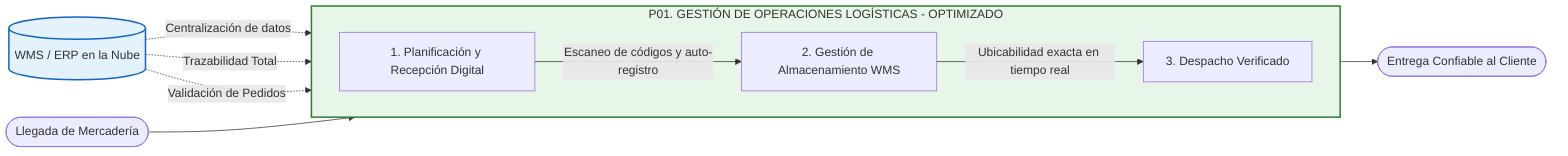
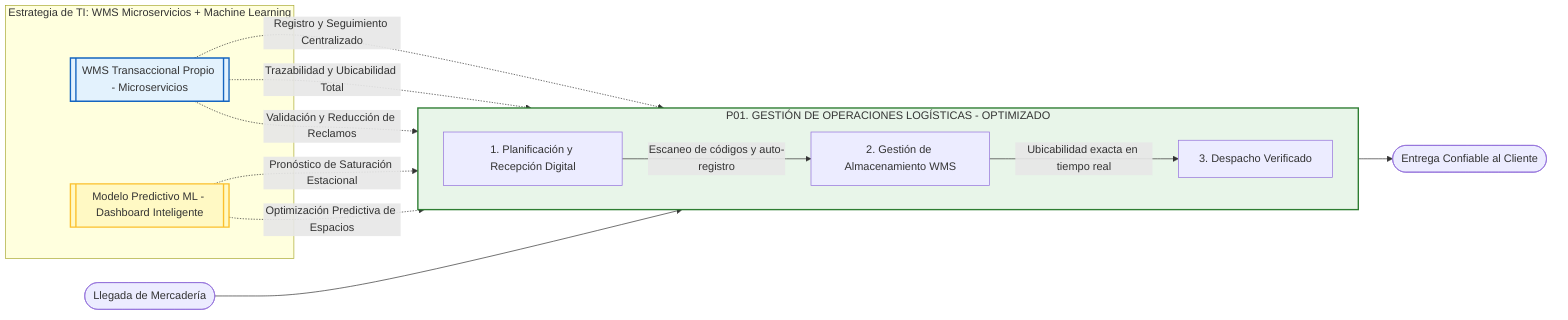
graph LR
-     %% Entorno Futuro - Con TI
+     %% Entorno Futuro - Con TI Optimizada
    subgraph Macroproceso_Operativo_TO_BE [P01. GESTIÓN DE OPERACIONES LOGÍSTICAS - OPTIMIZADO]
        direction LR
        P1_TI[1. Planificación y Recepción Digital]
        P2_TI[2. Gestión de Almacenamiento WMS]
        P3_TI[3. Despacho Verificado]

        P1_TI -->|Escaneo de códigos y auto-registro| P2_TI
        P2_TI -->|Ubicabilidad exacta en tiempo real| P3_TI
    end

-     %% Aportes de la Estrategia TI
-     WMS[(WMS / ERP en la Nube)] -.->|Centralización de datos| P1_TI
-     WMS -.->|Trazabilidad Total| P2_TI
-     WMS -.->|Validación de Pedidos| P3_TI
+     %% Estrategia de TI Actualizada según requerimiento
+     subgraph Estrategia_TI [Estrategia de TI: WMS Microservicios + Machine Learning]
+         WMS[[WMS Transaccional Propio - Microservicios]]
+         ML[[Modelo Predictivo ML - Dashboard Inteligente]]
+     end
+ 
+     %% Aportes de la Estrategia TI y Flujo de Datos
+     WMS -.->|Registro y Seguimiento Centralizado| P1_TI
+     WMS -.->|Trazabilidad y Ubicabilidad Total| P2_TI
+     WMS -.->|Validación y Reducción de Reclamos| P3_TI
+ 
+     ML -.->|Pronóstico de Saturación Estacional| P1_TI
+     ML -.->|Optimización Predictiva de Espacios| P2_TI

    Entrada_TI([Llegada de Mercadería]) --> P1_TI
    P3_TI --> Salida_TI([Entrega Confiable al Cliente])

    %% Estilo
    style Macroproceso_Operativo_TO_BE fill:#e8f5e9,stroke:#2e7d32,stroke-width:2px
    style WMS fill:#e3f2fd,stroke:#1565c0,stroke-width:2px
+     style ML fill:#fff9c4,stroke:#fbc02d,stroke-width:2px